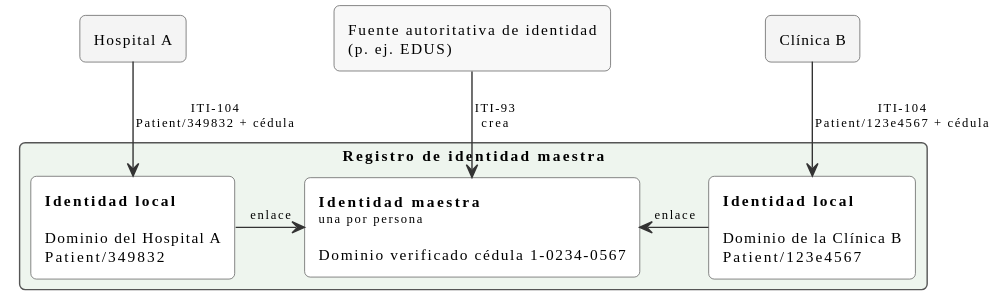
meddyg/HIX keeps this PlantUML diagram as input/images/hix-master-patient-index.svg. Above is the earlier version.
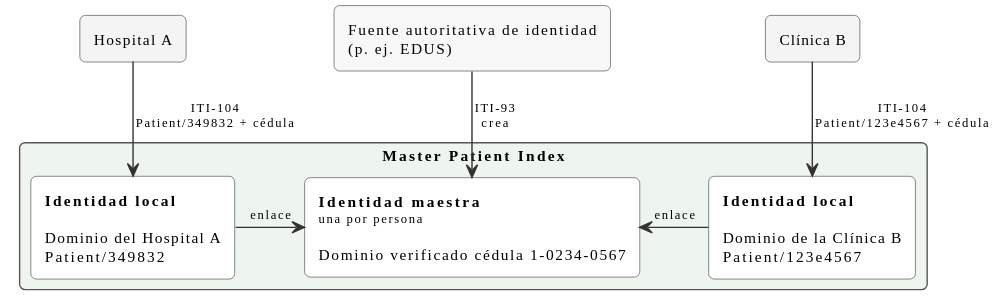
The same diagram one commit later.

The edit, as a diff of the source:
```diff
@@ -17,7 +17,7 @@
 rectangle "Fuente autoritativa de identidad\n(p. ej. EDUS)" as SRC #F8F8F8
 rectangle "Clínica B" as B #F4F4F4
 
-rectangle "Registro de identidad maestra" as MPI #EEF5EE {
+rectangle "Master Patient Index" as MPI #EEF5EE {
   rectangle "<b>Identidad local</b>\n\nDominio del Hospital A\nPatient/349832" as LA
   rectangle "<b>Identidad maestra</b>\n<size:9>una por persona</size>\n\nDominio verificado cédula 1-0234-0567" as MASTER
   rectangle "<b>Identidad local</b>\n\nDominio de la Clínica B\nPatient/123e4567" as LB
```
